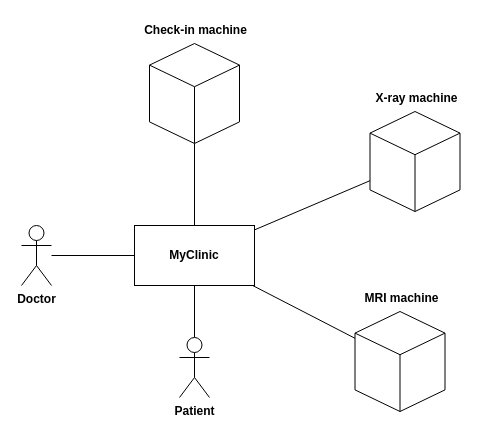
RafaelCMira/myclinic-msp-project keeps this draw.io diagram as Diagrams/Context/Context.drawio. Above is the earlier version. Source tidied: cells renumbered, new cells numbered last; positions are measured from the earlier drawing's top-left corner, leaving out a move shared by most shapes. Both pictures are drawn from the tidied source at 100%, with x=0, y=0 at pixel (21, 17).
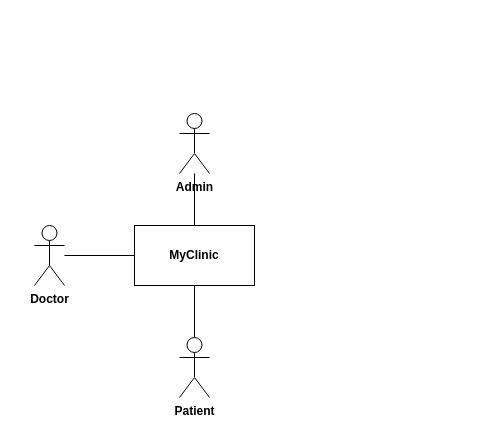
Above is the later version.

What changed in the source:
```diff
@@
 <mxGraphModel>
   <root>
     <mxCell id="0" />
     <mxCell id="1" parent="0" />
     <mxCell id="2" value="&lt;b&gt;MyClinic&lt;/b&gt;" style="rounded=0;whiteSpace=wrap;html=1;" parent="1" vertex="1">
       <mxGeometry x="113" y="208" width="120" height="60" as="geometry" />
     </mxCell>
     <mxCell id="3" style="rounded=0;jettySize=auto;html=1;endArrow=none;endFill=0;" parent="1" edge="1" source="4" target="2">
       <mxGeometry relative="1" as="geometry" />
     </mxCell>
     <mxCell id="4" value="&lt;b&gt;Doctor&lt;/b&gt;" style="shape=umlActor;verticalLabelPosition=bottom;verticalAlign=top;html=1;outlineConnect=0;" parent="1" vertex="1">
-      <mxGeometry y="208" width="30" height="60" as="geometry" />
+      <mxGeometry x="13" y="208" width="30" height="60" as="geometry" />
     </mxCell>
     <mxCell id="5" style="rounded=0;jettySize=auto;html=1;endArrow=none;endFill=0;" parent="1" edge="1" source="6" target="2">
       <mxGeometry relative="1" as="geometry" />
     </mxCell>
     <mxCell id="6" value="&lt;b&gt;Patient&lt;/b&gt;" style="shape=umlActor;verticalLabelPosition=bottom;verticalAlign=top;html=1;outlineConnect=0;" parent="1" vertex="1">
       <mxGeometry x="158" y="320" width="30" height="60" as="geometry" />
     </mxCell>
-    <mxCell id="7" style="rounded=0;jettySize=auto;html=1;endArrow=none;endFill=0;" parent="1" edge="1" source="17" target="2">
-      <mxGeometry relative="1" as="geometry" />
-    </mxCell>
-    <mxCell id="8" style="rounded=0;jettySize=auto;html=1;endArrow=none;endFill=0;" parent="1" edge="1" source="14" target="2">
-      <mxGeometry relative="1" as="geometry" />
-    </mxCell>
-    <mxCell id="9" style="rounded=0;jettySize=auto;html=1;endArrow=none;endFill=0;" parent="1" edge="1" source="11" target="2">
-      <mxGeometry relative="1" as="geometry" />
-    </mxCell>
-    <mxCell id="10" style="group;" parent="1" vertex="1">
-      <mxGeometry x="333.5" y="268" width="92.5" height="126" as="geometry" />
-    </mxCell>
-    <mxCell id="11" style="html=1;whiteSpace=wrap;shape=isoCube2;backgroundOutline=1;isoAngle=15;" parent="10" vertex="1">
-      <mxGeometry y="26" width="90" height="100" as="geometry" />
-    </mxCell>
-    <mxCell id="12" value="&lt;b&gt;MRI machine&lt;/b&gt;" style="text;html=1;align=center;verticalAlign=middle;strokeColor=none;fillColor=none;" parent="10" vertex="1">
-      <mxGeometry x="0.5" width="92" height="26" as="geometry" />
-    </mxCell>
-    <mxCell id="13" style="group;" parent="1" vertex="1">
-      <mxGeometry x="345" y="68" width="100" height="126" as="geometry" />
-    </mxCell>
-    <mxCell id="14" style="html=1;whiteSpace=wrap;shape=isoCube2;backgroundOutline=1;isoAngle=15;" parent="13" vertex="1">
-      <mxGeometry x="3.5" y="26" width="90" height="100" as="geometry" />
-    </mxCell>
-    <mxCell id="15" value="&lt;b&gt;X-ray machine&lt;/b&gt;" style="text;html=1;align=center;verticalAlign=middle;strokeColor=none;fillColor=none;" parent="13" vertex="1">
-      <mxGeometry width="100" height="26" as="geometry" />
-    </mxCell>
-    <mxCell id="16" style="group;" parent="1" vertex="1">
-      <mxGeometry x="113.5" width="121" height="126" as="geometry" />
-    </mxCell>
-    <mxCell id="17" style="html=1;whiteSpace=wrap;shape=isoCube2;backgroundOutline=1;isoAngle=15;" parent="16" vertex="1">
-      <mxGeometry x="14.5" y="26" width="90" height="100" as="geometry" />
-    </mxCell>
-    <mxCell id="18" value="&lt;b&gt;Check-in machine&lt;/b&gt;" style="text;html=1;align=center;verticalAlign=middle;strokeColor=none;fillColor=none;" parent="16" vertex="1">
-      <mxGeometry width="121" height="26" as="geometry" />
-    </mxCell>
+    <mxCell id="19" value="&lt;b&gt;Admin&lt;/b&gt;" style="shape=umlActor;verticalLabelPosition=bottom;verticalAlign=top;html=1;outlineConnect=0;" parent="1" vertex="1">
+      <mxGeometry x="158" y="96" width="30" height="60" as="geometry" />
+    </mxCell>
+    <mxCell id="20" style="rounded=0;jettySize=auto;html=1;endArrow=none;endFill=0;" parent="1" edge="1" source="19" target="2">
+      <mxGeometry relative="1" as="geometry" />
+    </mxCell>
   </root>
 </mxGraphModel>
```
